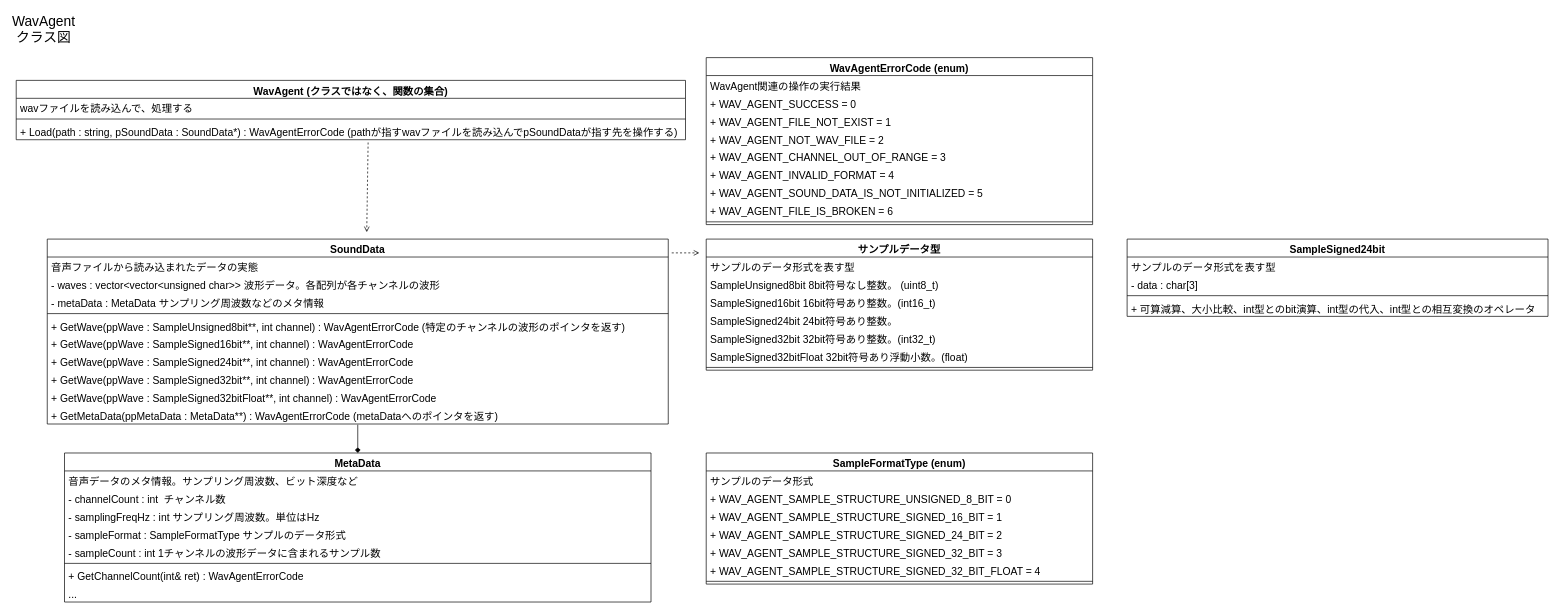
Before: design/WavAgentClassDiagram.drawio in Dumble009/WavAgent, a draw.io diagram. Source tidied: cells renumbered, new cells numbered last; positions are measured from the earlier drawing's top-left corner, leaving out a move shared by most shapes. Both pictures are drawn from the tidied source at 69%, with x=0, y=0 at pixel (16, 18).
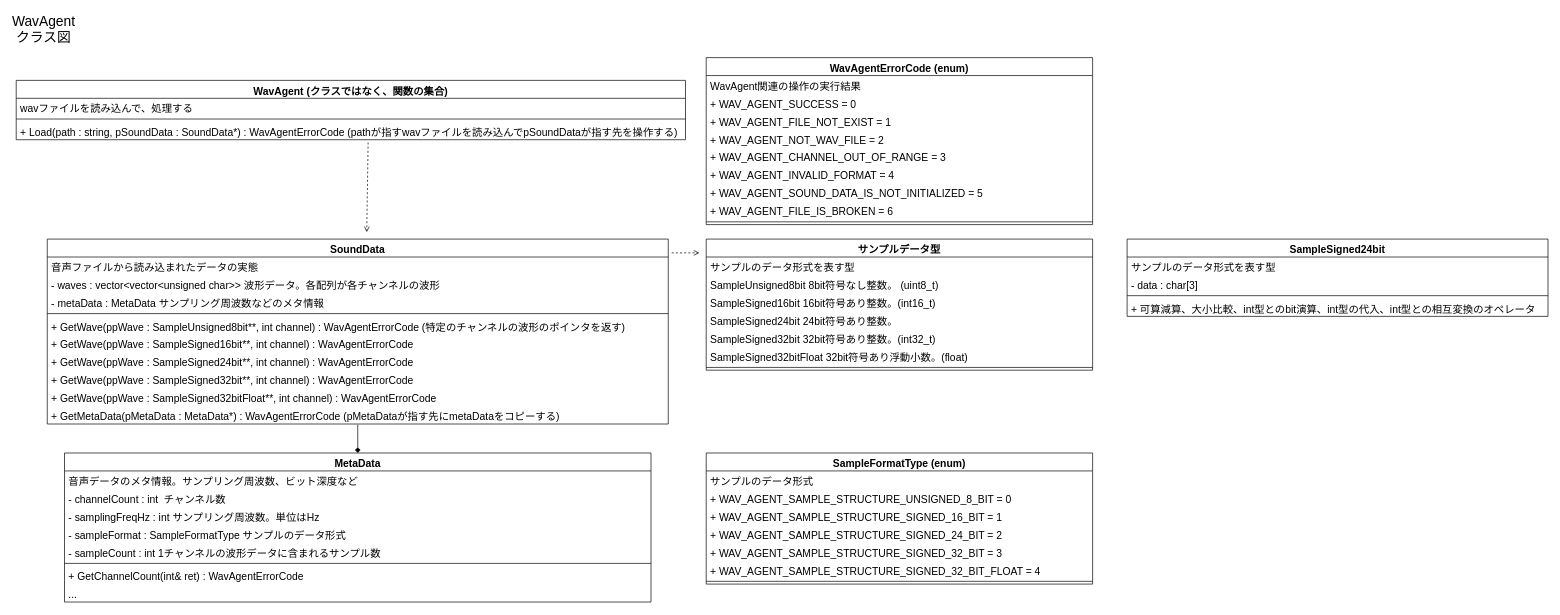
The same page after the edit.

Unchanged cells that the change refers to:
```xml
<mxCell id="8" value="SoundData" style="swimlane;fontStyle=1;align=center;verticalAlign=top;horizontal=1;startSize=26;fontSize=15;" parent="1" vertex="1">
  <mxGeometry x="45" y="320" width="900" height="268" as="geometry" />
</mxCell>
```

Change to the diagram source:
```diff
@@
-    <mxCell id="18" value="+ GetMetaData(ppMetaData : MetaData**) : WavAgentErrorCode (metaDataへのポインタを返す)" style="text;strokeColor=none;fillColor=none;align=left;verticalAlign=top;spacingLeft=4;spacingRight=4;overflow=hidden;points=[[0,0.5],[1,0.5]];portConstraint=eastwest;fontSize=15;" parent="8" vertex="1">
+    <mxCell id="18" value="+ GetMetaData(pMetaData : MetaData*) : WavAgentErrorCode (pMetaDataが指す先にmetaDataをコピーする)" style="text;strokeColor=none;fillColor=none;align=left;verticalAlign=top;spacingLeft=4;spacingRight=4;overflow=hidden;points=[[0,0.5],[1,0.5]];portConstraint=eastwest;fontSize=15;" parent="8" vertex="1">
       <mxGeometry y="242" width="900" height="26" as="geometry" />
     </mxCell>
```
